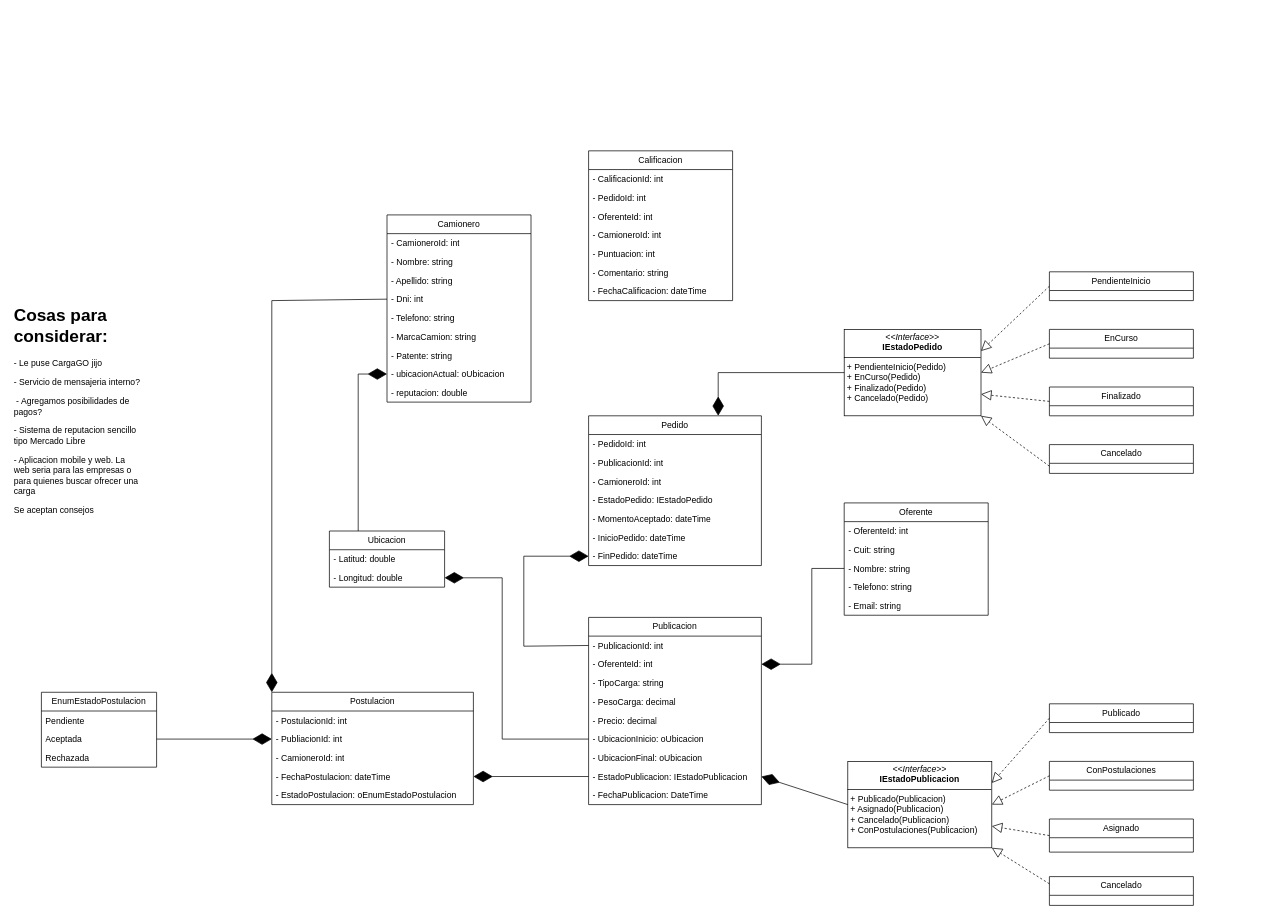
Earlier version of the draw.io diagram CargaGO.drawio (Francisco-Galea/Diagramas-y-Otros). Source tidied: cells renumbered, new cells numbered last; positions are measured from the earlier drawing's top-left corner, leaving out a move shared by most shapes. Both pictures are drawn from the tidied source at 72%, with x=0, y=0 at pixel (12, 150).
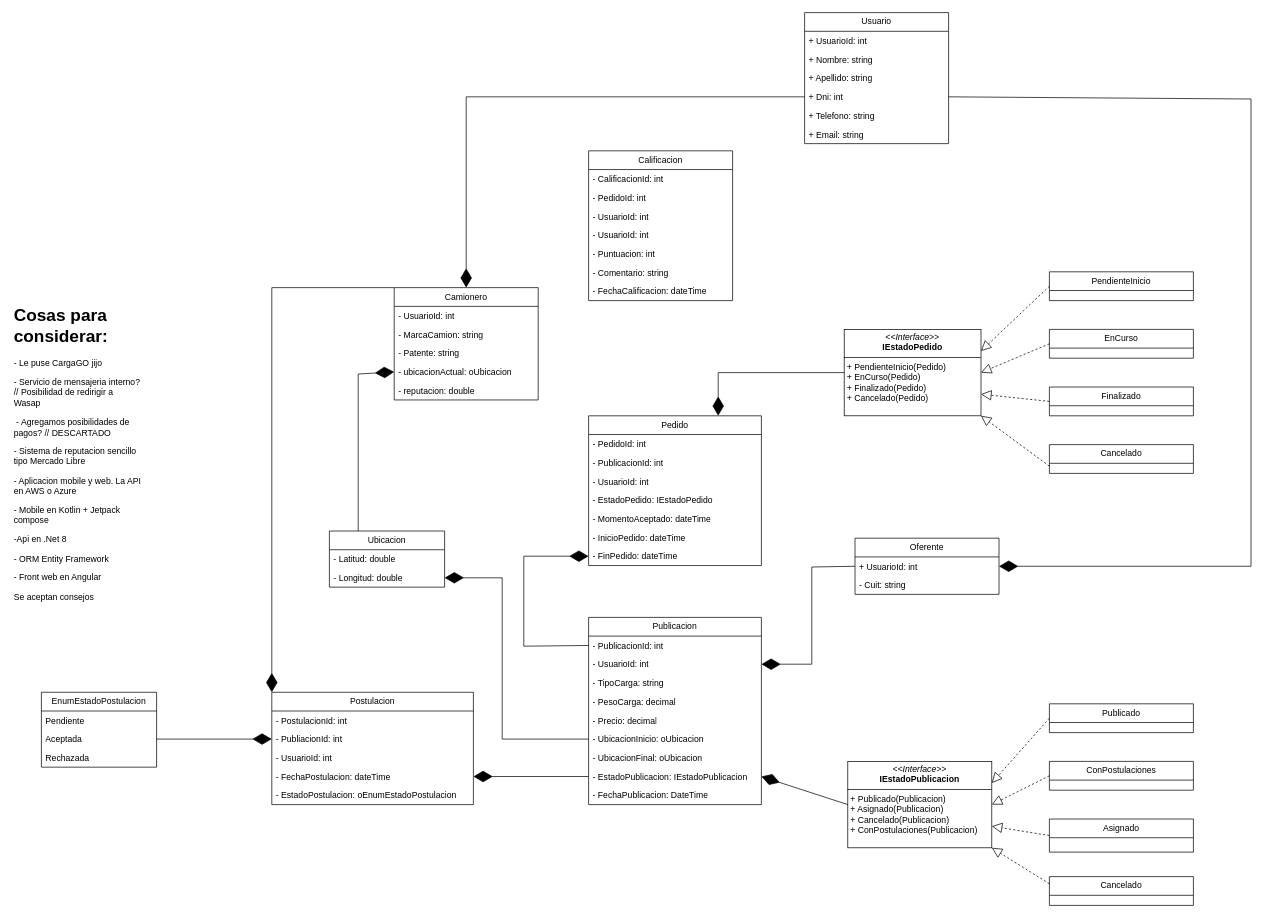
After the change.

The change refers to these unchanged cells:
```xml
<mxCell id="18" value="Publicacion" style="swimlane;fontStyle=0;horizontal=1;startSize=26;fillColor=none;whiteSpace=wrap;html=1;" parent="1" vertex="1">
  <mxGeometry x="800" y="648" width="240" height="260" as="geometry" />
</mxCell>
<mxCell id="31" value="Pedido" style="swimlane;fontStyle=0;horizontal=1;startSize=26;fillColor=none;whiteSpace=wrap;html=1;" parent="1" vertex="1">
  <mxGeometry x="800" y="368" width="240" height="208" as="geometry" />
</mxCell>
<mxCell id="39" value="Postulacion" style="swimlane;fontStyle=0;horizontal=1;startSize=26;fillColor=none;whiteSpace=wrap;html=1;" parent="1" vertex="1">
  <mxGeometry x="360" y="752" width="280" height="156" as="geometry" />
</mxCell>
<mxCell id="77" value="Calificacion" style="swimlane;fontStyle=0;horizontal=1;startSize=26;fillColor=none;whiteSpace=wrap;html=1;" parent="1" vertex="1">
  <mxGeometry x="800" width="200" height="208" as="geometry" />
</mxCell>
```

Diff of the diagram source:
```diff
@@
     <mxCell id="2" value="Camionero" style="swimlane;fontStyle=0;horizontal=1;startSize=26;fillColor=none;whiteSpace=wrap;html=1;" parent="1" vertex="1">
-      <mxGeometry x="520" y="89" width="200" height="260" as="geometry" />
+      <mxGeometry x="530" y="190" width="200" height="156" as="geometry" />
     </mxCell>
-    <mxCell id="3" value="- CamioneroId: int" style="text;strokeColor=none;fillColor=none;align=left;verticalAlign=top;spacingLeft=4;spacingRight=4;overflow=hidden;whiteSpace=wrap;html=1;" parent="2" vertex="1">
+    <mxCell id="3" value="- UsuarioId: int" style="text;strokeColor=none;fillColor=none;align=left;verticalAlign=top;spacingLeft=4;spacingRight=4;overflow=hidden;whiteSpace=wrap;html=1;" parent="2" vertex="1">
       <mxGeometry y="26" width="200" height="26" as="geometry" />
     </mxCell>
-    <mxCell id="4" value="- Nombre: string" style="text;strokeColor=none;fillColor=none;align=left;verticalAlign=top;spacingLeft=4;spacingRight=4;overflow=hidden;whiteSpace=wrap;html=1;" parent="2" vertex="1">
-      <mxGeometry y="52" width="200" height="26" as="geometry" />
-    </mxCell>
-    <mxCell id="5" value="- Apellido: string" style="text;strokeColor=none;fillColor=none;align=left;verticalAlign=top;spacingLeft=4;spacingRight=4;overflow=hidden;whiteSpace=wrap;html=1;" parent="2" vertex="1">
-      <mxGeometry y="78" width="200" height="26" as="geometry" />
-    </mxCell>
-    <mxCell id="6" value="- Dni: int" style="text;strokeColor=none;fillColor=none;align=left;verticalAlign=top;spacingLeft=4;spacingRight=4;overflow=hidden;points=[[0,0.5],[1,0.5]];portConstraint=eastwest;whiteSpace=wrap;html=1;" parent="2" vertex="1">
-      <mxGeometry y="104" width="200" height="26" as="geometry" />
-    </mxCell>
-    <mxCell id="7" value="- Telefono: string" style="text;strokeColor=none;fillColor=none;align=left;verticalAlign=top;spacingLeft=4;spacingRight=4;overflow=hidden;whiteSpace=wrap;html=1;" parent="2" vertex="1">
-      <mxGeometry y="130" width="200" height="26" as="geometry" />
-    </mxCell>
     <mxCell id="8" value="- MarcaCamion: string" style="text;strokeColor=none;fillColor=none;align=left;verticalAlign=top;spacingLeft=4;spacingRight=4;overflow=hidden;whiteSpace=wrap;html=1;" parent="2" vertex="1">
-      <mxGeometry y="156" width="200" height="26" as="geometry" />
+      <mxGeometry y="52" width="200" height="26" as="geometry" />
     </mxCell>
     <mxCell id="9" value="- Patente: string" style="text;strokeColor=none;fillColor=none;align=left;verticalAlign=top;spacingLeft=4;spacingRight=4;overflow=hidden;whiteSpace=wrap;html=1;" parent="2" vertex="1">
-      <mxGeometry y="182" width="200" height="26" as="geometry" />
+      <mxGeometry y="78" width="200" height="26" as="geometry" />
     </mxCell>
     <mxCell id="10" value="- ubicacionActual: oUbicacion" style="text;strokeColor=none;fillColor=none;align=left;verticalAlign=top;spacingLeft=4;spacingRight=4;overflow=hidden;points=[[0,0.5],[1,0.5]];portConstraint=eastwest;whiteSpace=wrap;html=1;" parent="2" vertex="1">
-      <mxGeometry y="208" width="200" height="26" as="geometry" />
+      <mxGeometry y="104" width="200" height="26" as="geometry" />
     </mxCell>
     <mxCell id="11" value="- reputacion: double" style="text;strokeColor=none;fillColor=none;align=left;verticalAlign=top;spacingLeft=4;spacingRight=4;overflow=hidden;whiteSpace=wrap;html=1;" parent="2" vertex="1">
-      <mxGeometry y="234" width="200" height="26" as="geometry" />
+      <mxGeometry y="130" width="200" height="26" as="geometry" />
     </mxCell>
     <mxCell id="12" value="Oferente" style="swimlane;fontStyle=0;horizontal=1;startSize=26;fillColor=none;whiteSpace=wrap;html=1;" parent="1" vertex="1">
-      <mxGeometry x="1155" y="489" width="200" height="156" as="geometry" />
+      <mxGeometry x="1170" y="538" width="200" height="78" as="geometry" />
     </mxCell>
-    <mxCell id="13" value="- OferenteId: int" style="text;strokeColor=none;fillColor=none;align=left;verticalAlign=top;spacingLeft=4;spacingRight=4;overflow=hidden;points=[[0,0.5],[1,0.5]];portConstraint=eastwest;whiteSpace=wrap;html=1;" parent="12" vertex="1">
+    <mxCell id="13" value="+ UsuarioId: int&amp;nbsp;" style="text;strokeColor=none;fillColor=none;align=left;verticalAlign=top;spacingLeft=4;spacingRight=4;overflow=hidden;points=[[0,0.5],[1,0.5]];portConstraint=eastwest;whiteSpace=wrap;html=1;" parent="12" vertex="1">
       <mxGeometry y="26" width="200" height="26" as="geometry" />
     </mxCell>
@@
-    <mxCell id="15" value="- Nombre: string" style="text;strokeColor=none;fillColor=none;align=left;verticalAlign=top;spacingLeft=4;spacingRight=4;overflow=hidden;points=[[0,0.5],[1,0.5]];portConstraint=eastwest;whiteSpace=wrap;html=1;" parent="12" vertex="1">
-      <mxGeometry y="78" width="200" height="26" as="geometry" />
-    </mxCell>
-    <mxCell id="16" value="- Telefono: string" style="text;strokeColor=none;fillColor=none;align=left;verticalAlign=top;spacingLeft=4;spacingRight=4;overflow=hidden;whiteSpace=wrap;html=1;" parent="12" vertex="1">
-      <mxGeometry y="104" width="200" height="26" as="geometry" />
-    </mxCell>
-    <mxCell id="17" value="- Email: string" style="text;strokeColor=none;fillColor=none;align=left;verticalAlign=top;spacingLeft=4;spacingRight=4;overflow=hidden;whiteSpace=wrap;html=1;" parent="12" vertex="1">
-      <mxGeometry y="130" width="200" height="26" as="geometry" />
-    </mxCell>
@@
-    <mxCell id="20" value="- OferenteId: int" style="text;strokeColor=none;fillColor=none;align=left;verticalAlign=top;spacingLeft=4;spacingRight=4;overflow=hidden;points=[[0,0.5],[1,0.5]];portConstraint=eastwest;whiteSpace=wrap;html=1;" parent="18" vertex="1">
+    <mxCell id="20" value="- UsuarioId: int" style="text;strokeColor=none;fillColor=none;align=left;verticalAlign=top;spacingLeft=4;spacingRight=4;overflow=hidden;points=[[0,0.5],[1,0.5]];portConstraint=eastwest;whiteSpace=wrap;html=1;" parent="18" vertex="1">
       <mxGeometry y="52" width="240" height="26" as="geometry" />
     </mxCell>
@@
-    <mxCell id="34" value="- CamioneroId: int" style="text;strokeColor=none;fillColor=none;align=left;verticalAlign=top;spacingLeft=4;spacingRight=4;overflow=hidden;whiteSpace=wrap;html=1;" parent="31" vertex="1">
+    <mxCell id="34" value="- UsuarioId: int" style="text;strokeColor=none;fillColor=none;align=left;verticalAlign=top;spacingLeft=4;spacingRight=4;overflow=hidden;whiteSpace=wrap;html=1;" parent="31" vertex="1">
       <mxGeometry y="78" width="240" height="26" as="geometry" />
     </mxCell>
@@
-    <mxCell id="42" value="- CamioneroId: int" style="text;strokeColor=none;fillColor=none;align=left;verticalAlign=top;spacingLeft=4;spacingRight=4;overflow=hidden;whiteSpace=wrap;html=1;" parent="39" vertex="1">
+    <mxCell id="42" value="- UsuarioId: int" style="text;strokeColor=none;fillColor=none;align=left;verticalAlign=top;spacingLeft=4;spacingRight=4;overflow=hidden;whiteSpace=wrap;html=1;" parent="39" vertex="1">
       <mxGeometry y="78" width="280" height="26" as="geometry" />
     </mxCell>
@@
-    <mxCell id="73" style="endArrow=diamondThin;endFill=1;endSize=24;html=1;rounded=0;entryX=1;entryY=0.5;entryDx=0;entryDy=0;exitX=0;exitY=0.5;exitDx=0;exitDy=0;" parent="1" edge="1" source="15" target="20">
+    <mxCell id="73" style="endArrow=diamondThin;endFill=1;endSize=24;html=1;rounded=0;entryX=1;entryY=0.5;entryDx=0;entryDy=0;exitX=0;exitY=0.5;exitDx=0;exitDy=0;" parent="1" edge="1" source="13" target="20">
       <mxGeometry relative="1" as="geometry">
         <Array as="points">
-          <mxPoint x="1110" y="580" />
+          <mxPoint x="1110" y="578" />
           <mxPoint x="1110" y="713" />
         </Array>
       </mxGeometry>
     </mxCell>
-    <mxCell id="74" style="endArrow=diamondThin;endFill=1;endSize=24;html=1;rounded=0;entryX=0;entryY=0;entryDx=0;entryDy=0;exitX=0;exitY=0.5;exitDx=0;exitDy=0;" parent="1" edge="1" source="6" target="39">
+    <mxCell id="74" style="endArrow=diamondThin;endFill=1;endSize=24;html=1;rounded=0;entryX=0;entryY=0;entryDx=0;entryDy=0;exitX=0;exitY=0;exitDx=0;exitDy=0;" parent="1" edge="1" source="2" target="39">
       <mxGeometry relative="1" as="geometry">
         <Array as="points">
-          <mxPoint x="360" y="208" />
+          <mxPoint x="360" y="190" />
         </Array>
       </mxGeometry>
     </mxCell>
-    <mxCell id="75" value="&lt;h1 style=&quot;margin-top: 0px;&quot;&gt;Cosas para considerar:&lt;/h1&gt;&lt;p&gt;- Le puse CargaGO jijo&lt;/p&gt;&lt;p&gt;- Servicio de mensajeria interno?&lt;/p&gt;&lt;p&gt;&amp;nbsp;- Agregamos posibilidades de pagos?&lt;/p&gt;&lt;p&gt;- Sistema de reputacion sencillo tipo Mercado Libre&lt;/p&gt;&lt;p&gt;- Aplicacion mobile y web. La web seria para las empresas o para quienes buscar ofrecer una carga&lt;/p&gt;&lt;p&gt;Se aceptan consejos&lt;/p&gt;&lt;p&gt;&lt;br&gt;&lt;/p&gt;&lt;p&gt;&lt;br&gt;&lt;/p&gt;" style="text;html=1;whiteSpace=wrap;overflow=hidden;rounded=0;" parent="1" vertex="1">
-      <mxGeometry y="208" width="180" height="360" as="geometry" />
+    <mxCell id="75" value="&lt;h1 style=&quot;margin-top: 0px;&quot;&gt;Cosas para considerar:&lt;/h1&gt;&lt;p&gt;- Le puse CargaGO jijo&lt;/p&gt;&lt;p&gt;- Servicio de mensajeria interno? // Posibilidad de redirigir a Wasap&lt;/p&gt;&lt;p&gt;&amp;nbsp;- Agregamos posibilidades de pagos? // DESCARTADO&lt;/p&gt;&lt;p&gt;- Sistema de reputacion sencillo tipo Mercado Libre&lt;/p&gt;&lt;p&gt;- Aplicacion mobile y web. La API en AWS o Azure&lt;/p&gt;&lt;p&gt;- Mobile en Kotlin + Jetpack compose&lt;/p&gt;&lt;p&gt;-Api en .Net 8&lt;/p&gt;&lt;p&gt;- ORM Entity Framework&lt;/p&gt;&lt;p&gt;- Front web en Angular&lt;/p&gt;&lt;p&gt;Se aceptan consejos&lt;/p&gt;&lt;p&gt;&lt;br&gt;&lt;/p&gt;&lt;p&gt;&lt;br&gt;&lt;/p&gt;" style="text;html=1;whiteSpace=wrap;overflow=hidden;rounded=0;" parent="1" vertex="1">
+      <mxGeometry y="208" width="180" height="440" as="geometry" />
     </mxCell>
@@
-    <mxCell id="80" value="- OferenteId: int" style="text;strokeColor=none;fillColor=none;align=left;verticalAlign=top;spacingLeft=4;spacingRight=4;overflow=hidden;whiteSpace=wrap;html=1;" parent="77" vertex="1">
+    <mxCell id="80" value="- UsuarioId: int" style="text;strokeColor=none;fillColor=none;align=left;verticalAlign=top;spacingLeft=4;spacingRight=4;overflow=hidden;whiteSpace=wrap;html=1;" parent="77" vertex="1">
       <mxGeometry y="78" width="200" height="26" as="geometry" />
     </mxCell>
-    <mxCell id="81" value="- CamioneroId: int" style="text;strokeColor=none;fillColor=none;align=left;verticalAlign=top;spacingLeft=4;spacingRight=4;overflow=hidden;whiteSpace=wrap;html=1;" parent="77" vertex="1">
+    <mxCell id="81" value="- UsuarioId: int" style="text;strokeColor=none;fillColor=none;align=left;verticalAlign=top;spacingLeft=4;spacingRight=4;overflow=hidden;whiteSpace=wrap;html=1;" parent="77" vertex="1">
       <mxGeometry y="104" width="200" height="26" as="geometry" />
     </mxCell>
@@
+    <mxCell id="85" value="Usuario" style="swimlane;fontStyle=0;horizontal=1;startSize=26;fillColor=none;whiteSpace=wrap;html=1;" parent="1" vertex="1">
+      <mxGeometry x="1100" y="-192" width="200" height="182" as="geometry" />
+    </mxCell>
+    <mxCell id="86" value="+ UsuarioId: int" style="text;strokeColor=none;fillColor=none;align=left;verticalAlign=top;spacingLeft=4;spacingRight=4;overflow=hidden;whiteSpace=wrap;html=1;" parent="85" vertex="1">
+      <mxGeometry y="26" width="200" height="26" as="geometry" />
+    </mxCell>
+    <mxCell id="87" value="+ Nombre: string" style="text;strokeColor=none;fillColor=none;align=left;verticalAlign=top;spacingLeft=4;spacingRight=4;overflow=hidden;whiteSpace=wrap;html=1;" parent="85" vertex="1">
+      <mxGeometry y="52" width="200" height="26" as="geometry" />
+    </mxCell>
+    <mxCell id="88" value="+ Apellido: string" style="text;strokeColor=none;fillColor=none;align=left;verticalAlign=top;spacingLeft=4;spacingRight=4;overflow=hidden;whiteSpace=wrap;html=1;" parent="85" vertex="1">
+      <mxGeometry y="78" width="200" height="26" as="geometry" />
+    </mxCell>
+    <mxCell id="89" value="+ Dni: int" style="text;strokeColor=none;fillColor=none;align=left;verticalAlign=top;spacingLeft=4;spacingRight=4;overflow=hidden;points=[[0,0.5],[1,0.5]];portConstraint=eastwest;whiteSpace=wrap;html=1;" parent="85" vertex="1">
+      <mxGeometry y="104" width="200" height="26" as="geometry" />
+    </mxCell>
+    <mxCell id="90" value="+ Telefono: string" style="text;strokeColor=none;fillColor=none;align=left;verticalAlign=top;spacingLeft=4;spacingRight=4;overflow=hidden;whiteSpace=wrap;html=1;" parent="85" vertex="1">
+      <mxGeometry y="130" width="200" height="26" as="geometry" />
+    </mxCell>
+    <mxCell id="91" value="+ Email: string" style="text;strokeColor=none;fillColor=none;align=left;verticalAlign=top;spacingLeft=4;spacingRight=4;overflow=hidden;whiteSpace=wrap;html=1;" parent="85" vertex="1">
+      <mxGeometry y="156" width="200" height="26" as="geometry" />
+    </mxCell>
+    <mxCell id="92" style="endArrow=diamondThin;endFill=1;endSize=24;html=1;rounded=0;entryX=0.5;entryY=0;entryDx=0;entryDy=0;exitX=0;exitY=0.5;exitDx=0;exitDy=0;" parent="1" edge="1" source="89" target="2">
+      <mxGeometry relative="1" as="geometry">
+        <Array as="points">
+          <mxPoint x="630" y="-75" />
+        </Array>
+      </mxGeometry>
+    </mxCell>
+    <mxCell id="93" style="endArrow=diamondThin;endFill=1;endSize=24;html=1;rounded=0;entryX=1;entryY=0.5;entryDx=0;entryDy=0;exitX=1;exitY=0.5;exitDx=0;exitDy=0;" parent="1" edge="1" source="89" target="13">
+      <mxGeometry relative="1" as="geometry">
+        <Array as="points">
+          <mxPoint x="1720" y="-72" />
+          <mxPoint x="1720" y="577" />
+        </Array>
+      </mxGeometry>
+    </mxCell>
```
